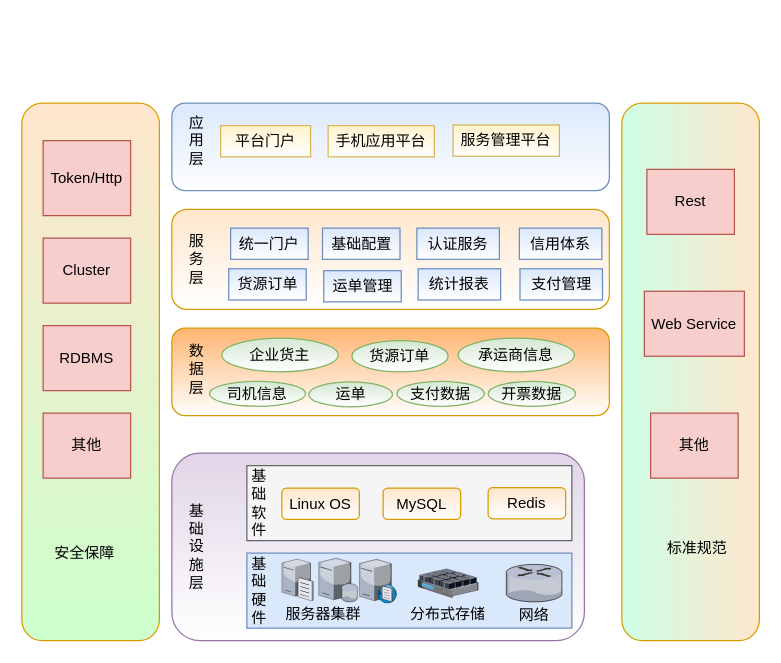
Above: 系统架构图.drawio in chenyibang/rdpwrap (draw.io), before the change. Source tidied: cells renumbered, new cells numbered last; positions are measured from the earlier drawing's top-left corner, leaving out a move shared by most shapes. Both pictures are drawn from the tidied source at 125%, with x=0, y=0 at pixel (21, 102).
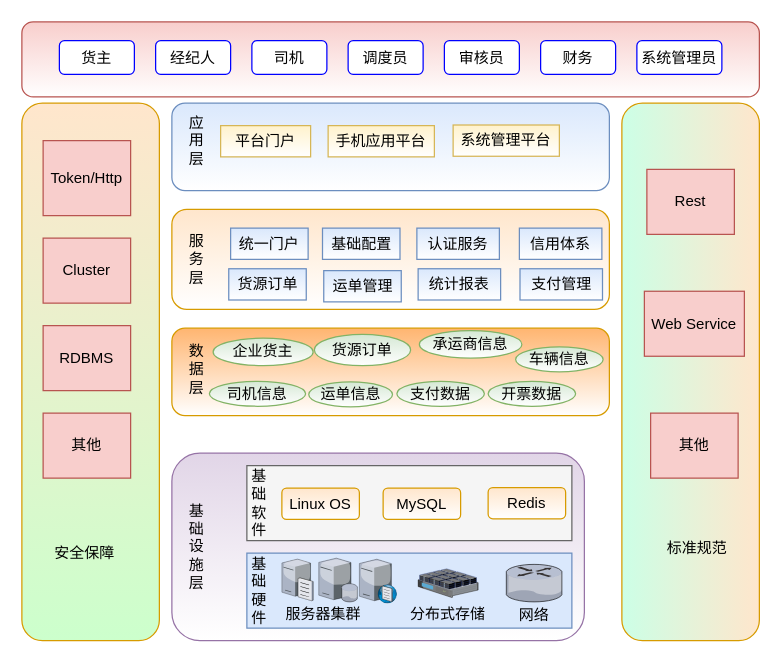
Above is the later version.

Commit message:
更新系统架构图.drawio

Change to the diagram source:
```diff
@@
     <mxCell id="26" value="企业货主" style="ellipse;whiteSpace=wrap;html=1;fillColor=#d5e8d4;strokeColor=#82b366;gradientColor=#ffffff;" parent="1" vertex="1">
-      <mxGeometry x="160" y="188" width="93" height="27" as="geometry" />
+      <mxGeometry x="153" y="188" width="80" height="22" as="geometry" />
     </mxCell>
     <mxCell id="27" value="货源订单" style="ellipse;whiteSpace=wrap;html=1;fillColor=#d5e8d4;strokeColor=#82b366;gradientColor=#ffffff;" parent="1" vertex="1">
-      <mxGeometry x="264" y="190" width="77" height="25" as="geometry" />
+      <mxGeometry x="234" y="185" width="77" height="25" as="geometry" />
     </mxCell>
     <mxCell id="28" value="承运商信息" style="ellipse;whiteSpace=wrap;html=1;fillColor=#d5e8d4;strokeColor=#82b366;gradientColor=#ffffff;" parent="1" vertex="1">
-      <mxGeometry x="349" y="188" width="93" height="27" as="geometry" />
+      <mxGeometry x="318" y="182" width="82" height="22" as="geometry" />
     </mxCell>
@@
-    <mxCell id="30" value="运单" style="ellipse;whiteSpace=wrap;html=1;fillColor=#d5e8d4;strokeColor=#82b366;gradientColor=#ffffff;" parent="1" vertex="1">
+    <mxCell id="30" value="运单信息" style="ellipse;whiteSpace=wrap;html=1;fillColor=#d5e8d4;strokeColor=#82b366;gradientColor=#ffffff;" parent="1" vertex="1">
       <mxGeometry x="229.5" y="223" width="67" height="20" as="geometry" />
     </mxCell>
@@
-    <mxCell id="42" value="服务管理平台" style="rounded=0;whiteSpace=wrap;html=1;fillColor=#fff2cc;strokeColor=#d6b656;gradientColor=#ffffff;" parent="1" vertex="1">
+    <mxCell id="42" value="系统管理平台" style="rounded=0;whiteSpace=wrap;html=1;fillColor=#fff2cc;strokeColor=#d6b656;gradientColor=#ffffff;" parent="1" vertex="1">
       <mxGeometry x="345" y="17.5" width="85" height="25" as="geometry" />
     </mxCell>
@@
+    <mxCell id="55" value="车辆信息" style="ellipse;whiteSpace=wrap;html=1;fillColor=#d5e8d4;strokeColor=#82b366;gradientColor=#ffffff;" parent="1" vertex="1">
+      <mxGeometry x="395" y="195" width="70" height="20" as="geometry" />
+    </mxCell>
+    <mxCell id="56" style="rounded=1;whiteSpace=wrap;html=1;strokeColor=#b85450;fillColor=#f8cecc;gradientColor=#ffffff;" parent="1" vertex="1">
+      <mxGeometry y="-65" width="590" height="60" as="geometry" />
+    </mxCell>
+    <mxCell id="57" value="货主" style="rounded=1;whiteSpace=wrap;html=1;strokeColor=#0000FF;" parent="1" vertex="1">
+      <mxGeometry x="30" y="-50" width="60" height="27" as="geometry" />
+    </mxCell>
+    <mxCell id="58" value="经纪人" style="rounded=1;whiteSpace=wrap;html=1;strokeColor=#0000FF;" parent="1" vertex="1">
+      <mxGeometry x="107" y="-50" width="60" height="27" as="geometry" />
+    </mxCell>
+    <mxCell id="59" value="司机" style="rounded=1;whiteSpace=wrap;html=1;strokeColor=#0000FF;" parent="1" vertex="1">
+      <mxGeometry x="184" y="-50" width="60" height="27" as="geometry" />
+    </mxCell>
+    <mxCell id="60" value="调度员" style="rounded=1;whiteSpace=wrap;html=1;strokeColor=#0000FF;" parent="1" vertex="1">
+      <mxGeometry x="261" y="-50" width="60" height="27" as="geometry" />
+    </mxCell>
+    <mxCell id="61" value="审核员" style="rounded=1;whiteSpace=wrap;html=1;strokeColor=#0000FF;" parent="1" vertex="1">
+      <mxGeometry x="338" y="-50" width="60" height="27" as="geometry" />
+    </mxCell>
+    <mxCell id="62" value="财务" style="rounded=1;whiteSpace=wrap;html=1;strokeColor=#0000FF;" parent="1" vertex="1">
+      <mxGeometry x="415" y="-50" width="60" height="27" as="geometry" />
+    </mxCell>
+    <mxCell id="63" value="系统管理员" style="rounded=1;whiteSpace=wrap;html=1;strokeColor=#0000FF;" parent="1" vertex="1">
+      <mxGeometry x="492" y="-50" width="68" height="27" as="geometry" />
+    </mxCell>
```
